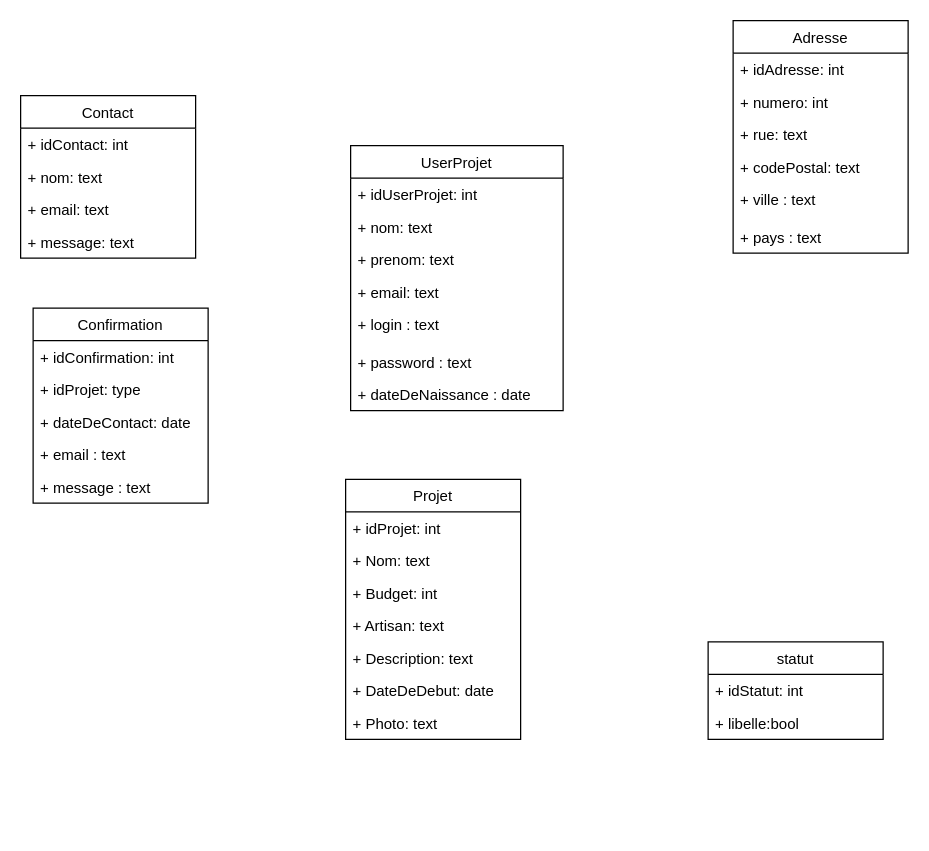
This is src/Documentation/UML_Deco.drawio from paulinecoudert/SymfonyDeco, a draw.io file, before an edit. Source tidied: cells renumbered, new cells numbered last; positions are measured from the earlier drawing's top-left corner, leaving out a move shared by most shapes. Both pictures are drawn from the tidied source at 125%, with x=0, y=0 at pixel (20, 20).
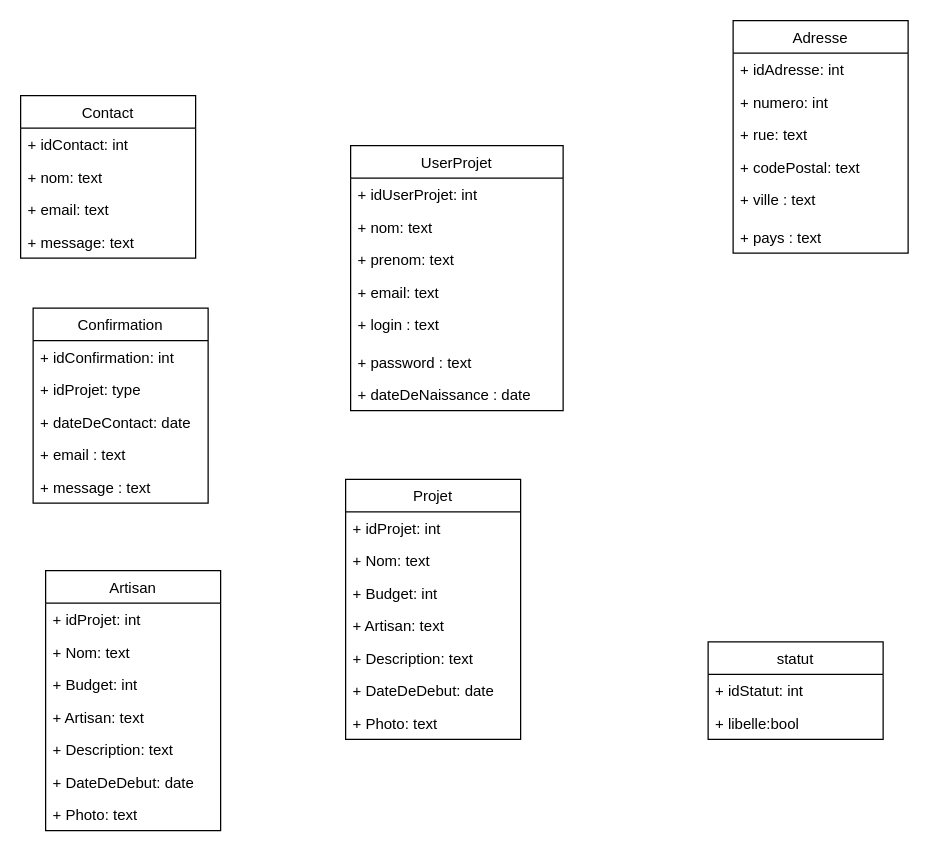
The same page after the edit.

The edit, as a diff of the source:
```diff
@@
+    <mxCell id="39" value="Artisan" style="swimlane;fontStyle=0;horizontal=1;startSize=26;fillColor=none;" parent="1" vertex="1">
+      <mxGeometry x="20" y="440" width="140" height="208" as="geometry" />
+    </mxCell>
+    <mxCell id="40" value="+ idProjet: int" style="text;strokeColor=none;fillColor=none;align=left;verticalAlign=top;spacingLeft=4;spacingRight=4;overflow=hidden;" parent="39" vertex="1">
+      <mxGeometry y="26" width="140" height="26" as="geometry" />
+    </mxCell>
+    <mxCell id="41" value="+ Nom: text" style="text;strokeColor=none;fillColor=none;align=left;verticalAlign=top;spacingLeft=4;spacingRight=4;overflow=hidden;" parent="39" vertex="1">
+      <mxGeometry y="52" width="140" height="26" as="geometry" />
+    </mxCell>
+    <mxCell id="42" value="+ Budget: int" style="text;strokeColor=none;fillColor=none;align=left;verticalAlign=top;spacingLeft=4;spacingRight=4;overflow=hidden;" parent="39" vertex="1">
+      <mxGeometry y="78" width="140" height="26" as="geometry" />
+    </mxCell>
+    <mxCell id="43" value="+ Artisan: text" style="text;strokeColor=none;fillColor=none;align=left;verticalAlign=top;spacingLeft=4;spacingRight=4;overflow=hidden;" parent="39" vertex="1">
+      <mxGeometry y="104" width="140" height="26" as="geometry" />
+    </mxCell>
+    <mxCell id="44" value="+ Description: text" style="text;strokeColor=none;fillColor=none;align=left;verticalAlign=top;spacingLeft=4;spacingRight=4;overflow=hidden;" parent="39" vertex="1">
+      <mxGeometry y="130" width="140" height="26" as="geometry" />
+    </mxCell>
+    <mxCell id="45" value="+ DateDeDebut: date" style="text;strokeColor=none;fillColor=none;align=left;verticalAlign=top;spacingLeft=4;spacingRight=4;overflow=hidden;" parent="39" vertex="1">
+      <mxGeometry y="156" width="140" height="26" as="geometry" />
+    </mxCell>
+    <mxCell id="46" value="+ Photo: text" style="text;strokeColor=none;fillColor=none;align=left;verticalAlign=top;spacingLeft=4;spacingRight=4;overflow=hidden;" parent="39" vertex="1">
+      <mxGeometry y="182" width="140" height="26" as="geometry" />
+    </mxCell>
```
